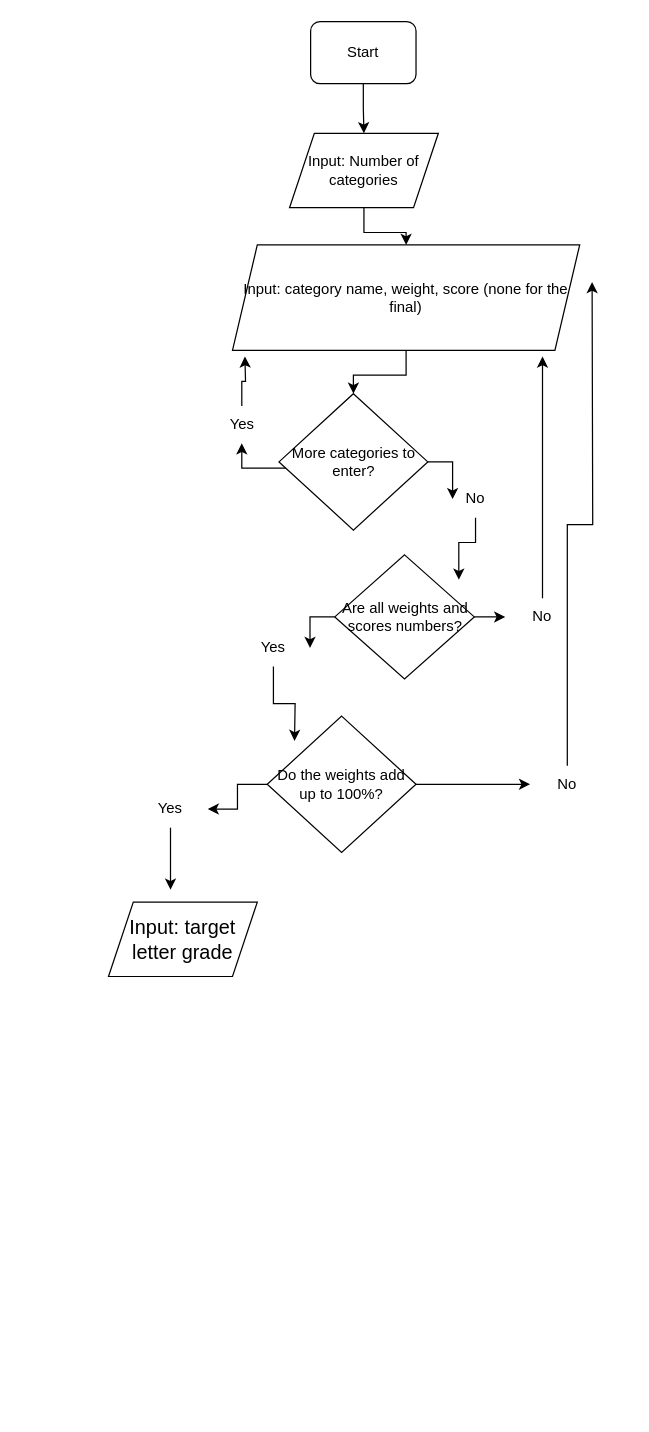
The draw.io diagram grade-calculator-flowchart.drawio in Mudunurianathi/grade-calculator, before the edit. Source tidied: cells renumbered, new cells numbered last; positions are measured from the earlier drawing's top-left corner, leaving out a move shared by most shapes. Both pictures are drawn from the tidied source at 124%, with x=0, y=0 at pixel (108, 21).
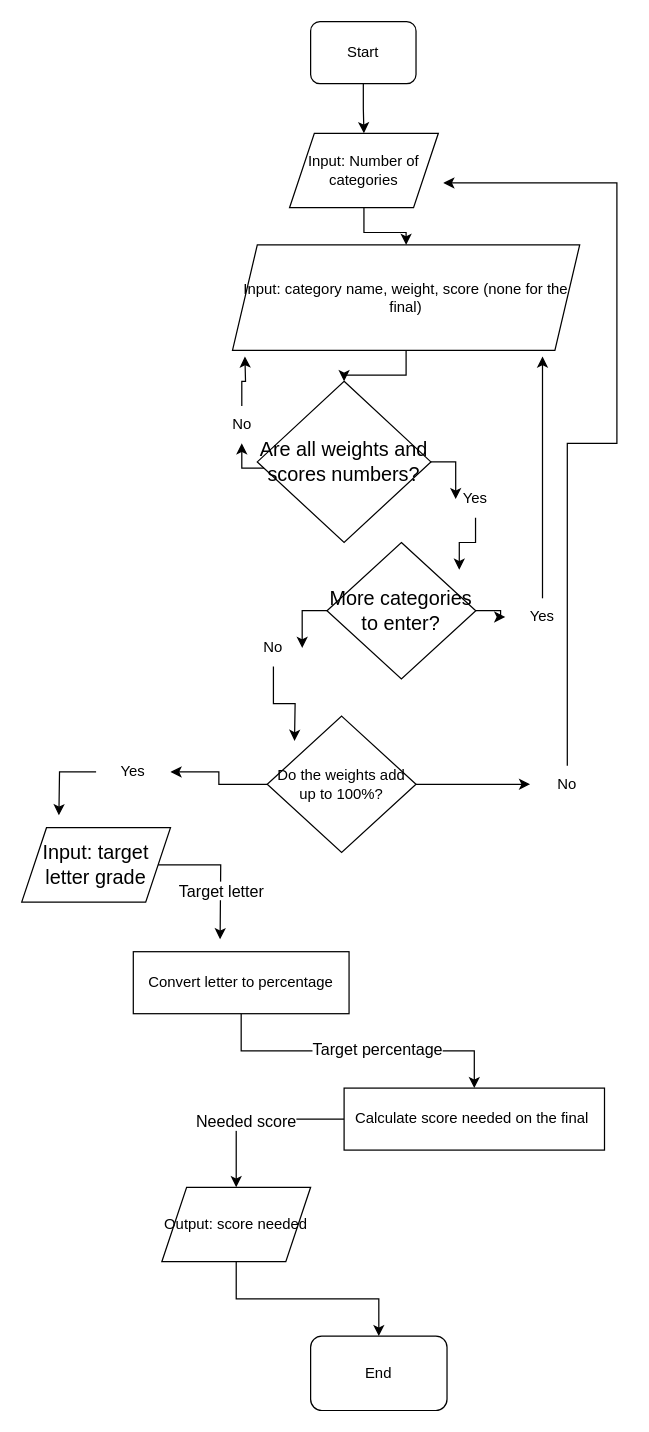
The same page after the edit.

Unchanged cells that the change refers to:
```xml
<mxCell id="26" value="No" style="text;html=1;whiteSpace=wrap;strokeColor=none;fillColor=none;align=center;verticalAlign=middle;rounded=0;" parent="1" vertex="1">
  <mxGeometry x="340" y="600" width="60" height="30" as="geometry" />
</mxCell>
```

Change to the diagram source:
```diff
@@
-    <mxCell id="10" value="More categories to enter?" style="rhombus;whiteSpace=wrap;html=1;shapeInside=1;" parent="1" vertex="1">
-      <mxGeometry x="137.5" y="300" width="120" height="110" as="geometry" />
+    <mxCell id="10" value="&lt;span style=&quot;caret-color: rgb(0, 0, 0); color: rgb(0, 0, 0); font-family: -webkit-standard; font-size: medium; text-align: start;&quot;&gt;Are all weights and scores numbers?&lt;/span&gt;" style="rhombus;whiteSpace=wrap;html=1;shapeInside=1;" parent="1" vertex="1">
+      <mxGeometry x="120" y="290" width="140" height="130" as="geometry" />
     </mxCell>
@@
-    <mxCell id="12" value="Yes" style="text;html=1;whiteSpace=wrap;strokeColor=none;fillColor=none;align=center;verticalAlign=middle;rounded=0;" parent="1" vertex="1">
+    <mxCell id="12" value="No" style="text;html=1;whiteSpace=wrap;strokeColor=none;fillColor=none;align=center;verticalAlign=middle;rounded=0;" parent="1" vertex="1">
       <mxGeometry x="77.5" y="310" width="60" height="30" as="geometry" />
     </mxCell>
@@
-    <mxCell id="14" value="Are all weights and scores numbers?" style="rhombus;whiteSpace=wrap;html=1;shapeInside=1;" parent="1" vertex="1">
-      <mxGeometry x="182.5" y="430" width="112.5" height="100" as="geometry" />
+    <mxCell id="14" value="&lt;span style=&quot;text-align: start; caret-color: rgb(0, 0, 0); color: rgb(0, 0, 0); font-size: medium;&quot;&gt;&lt;/span&gt;&lt;span style=&quot;caret-color: rgb(0, 0, 0); color: rgb(0, 0, 0); font-family: -webkit-standard; font-size: medium; text-align: start;&quot;&gt;More categories to enter?&lt;/span&gt;" style="rhombus;whiteSpace=wrap;html=1;shapeInside=1;" parent="1" vertex="1">
+      <mxGeometry x="176.2" y="420" width="120" height="110" as="geometry" />
     </mxCell>
@@
-    <mxCell id="16" value="No" style="text;html=1;whiteSpace=wrap;strokeColor=none;fillColor=none;align=center;verticalAlign=middle;rounded=0;" parent="1" vertex="1">
+    <mxCell id="16" value="Yes" style="text;html=1;whiteSpace=wrap;strokeColor=none;fillColor=none;align=center;verticalAlign=middle;rounded=0;" parent="1" vertex="1">
       <mxGeometry x="266" y="370" width="60" height="30" as="geometry" />
     </mxCell>
@@
-    <mxCell id="19" value="Yes" style="text;html=1;whiteSpace=wrap;strokeColor=none;fillColor=none;align=center;verticalAlign=middle;rounded=0;" parent="1" vertex="1">
+    <mxCell id="19" value="No" style="text;html=1;whiteSpace=wrap;strokeColor=none;fillColor=none;align=center;verticalAlign=middle;rounded=0;" parent="1" vertex="1">
       <mxGeometry x="103" y="490" width="60" height="30" as="geometry" />
     </mxCell>
@@
-    <mxCell id="21" style="edgeStyle=orthogonalEdgeStyle;rounded=0;jettySize=auto;html=1;defaultLabelBackgroundColor=page;" parent="1" edge="1" source="28">
-      <mxGeometry relative="1" as="geometry">
-        <mxPoint x="50" y="700" as="targetPoint" />
-      </mxGeometry>
-    </mxCell>
@@
-    <mxCell id="24" value="No" style="text;html=1;whiteSpace=wrap;strokeColor=none;fillColor=none;align=center;verticalAlign=middle;rounded=0;" parent="1" vertex="1">
+    <mxCell id="24" value="Yes" style="text;html=1;whiteSpace=wrap;strokeColor=none;fillColor=none;align=center;verticalAlign=middle;rounded=0;" parent="1" vertex="1">
       <mxGeometry x="320" y="465" width="60" height="30" as="geometry" />
     </mxCell>
     <mxCell id="25" style="edgeStyle=orthogonalEdgeStyle;rounded=0;jettySize=auto;html=1;defaultLabelBackgroundColor=page;" parent="1" edge="1" source="26">
-      <mxGeometry relative="1" as="geometry">
-        <mxPoint x="390" y="210" as="targetPoint" />
+      <mxGeometry x="-0.26" relative="1" as="geometry">
+        <mxPoint x="270" y="130" as="targetPoint" />
+        <Array as="points">
+          <mxPoint x="370" y="340" />
+          <mxPoint x="410" y="340" />
+          <mxPoint x="410" y="130" />
+        </Array>
       </mxGeometry>
     </mxCell>
@@
     <mxCell id="28" value="Yes" style="text;html=1;whiteSpace=wrap;strokeColor=none;fillColor=none;align=center;verticalAlign=middle;rounded=0;" parent="1" vertex="1">
-      <mxGeometry x="20" y="620" width="60" height="30" as="geometry" />
+      <mxGeometry x="-10" y="590" width="60" height="30" as="geometry" />
     </mxCell>
     <mxCell id="29" value="&lt;span style=&quot;caret-color: rgb(0, 0, 0); color: rgb(0, 0, 0); font-family: -webkit-standard; font-size: medium; text-align: start;&quot;&gt;Input: target letter grade&lt;/span&gt;" style="shape=parallelogram;perimeter=parallelogramPerimeter;whiteSpace=wrap;html=1;shapeInside=1;fixedSize=1;" parent="1" vertex="1">
-      <mxGeometry y="710" width="120" height="60" as="geometry" />
+      <mxGeometry x="-70" y="650" width="120" height="60" as="geometry" />
     </mxCell>
+    <mxCell id="30" style="edgeStyle=orthogonalEdgeStyle;rounded=0;jettySize=auto;html=1;defaultLabelBackgroundColor=page;" parent="1" edge="1" source="28">
+      <mxGeometry relative="1" as="geometry">
+        <mxPoint x="-40" y="640" as="targetPoint" />
+      </mxGeometry>
+    </mxCell>
+    <mxCell id="31" style="edgeStyle=orthogonalEdgeStyle;rounded=0;jettySize=auto;html=1;defaultLabelBackgroundColor=page;" parent="1" edge="1" source="29">
+      <mxGeometry relative="1" as="geometry">
+        <mxPoint x="90" y="740" as="targetPoint" />
+      </mxGeometry>
+    </mxCell>
+    <mxCell id="32" value="Target letter" style="edgeLabel;html=1;align=center;verticalAlign=middle;inheritText=fontFamily,fontColor,fontStyle,textOpacity,labelBorderColor,labelBorderWidth,labelBackgroundColor,defaultLabelBackgroundColor,labelPadding;defaultLabelBackgroundColor=page;fontSize=13;" parent="31" vertex="1">
+      <mxGeometry x="-0.15" y="-2" relative="1" as="geometry">
+        <mxPoint x="3" y="18" as="offset" />
+      </mxGeometry>
+    </mxCell>
+    <mxCell id="33" style="edgeStyle=orthogonalEdgeStyle;rounded=0;jettySize=auto;html=1;defaultLabelBackgroundColor=page;" parent="1" edge="1" source="35" target="38">
+      <mxGeometry relative="1" as="geometry" />
+    </mxCell>
+    <mxCell id="34" value="Target percentage" style="edgeLabel;html=1;align=center;verticalAlign=middle;inheritText=fontFamily,fontColor,fontStyle,textOpacity,labelBorderColor,labelBorderWidth,labelBackgroundColor,defaultLabelBackgroundColor,labelPadding;defaultLabelBackgroundColor=page;fontSize=13;" parent="33" vertex="1">
+      <mxGeometry x="0.12" y="2" relative="1" as="geometry" />
+    </mxCell>
+    <mxCell id="35" value="Convert letter to percentage" style="rounded=0;whiteSpace=wrap;html=1;" parent="1" vertex="1">
+      <mxGeometry x="20" y="750" width="174" height="50" as="geometry" />
+    </mxCell>
+    <mxCell id="36" style="edgeStyle=orthogonalEdgeStyle;rounded=0;jettySize=auto;html=1;defaultLabelBackgroundColor=page;" parent="1" edge="1" source="38" target="40">
+      <mxGeometry relative="1" as="geometry" />
+    </mxCell>
+    <mxCell id="37" value="Needed score" style="edgeLabel;html=1;align=center;verticalAlign=middle;inheritText=fontFamily,fontColor,fontStyle,textOpacity,labelBorderColor,labelBorderWidth,labelBackgroundColor,defaultLabelBackgroundColor,labelPadding;defaultLabelBackgroundColor=page;fontSize=13;" parent="36" vertex="1">
+      <mxGeometry x="0.13" y="1" relative="1" as="geometry" />
+    </mxCell>
+    <mxCell id="38" value="Calculate score needed on the final&amp;nbsp;" style="rounded=0;whiteSpace=wrap;html=1;" parent="1" vertex="1">
+      <mxGeometry x="190" y="860" width="210" height="50" as="geometry" />
+    </mxCell>
+    <mxCell id="39" style="edgeStyle=orthogonalEdgeStyle;rounded=0;jettySize=auto;html=1;defaultLabelBackgroundColor=page;" parent="1" edge="1" source="40" target="41">
+      <mxGeometry relative="1" as="geometry" />
+    </mxCell>
+    <mxCell id="40" value="Output: score needed" style="shape=parallelogram;perimeter=parallelogramPerimeter;whiteSpace=wrap;html=1;shapeInside=1;fixedSize=1;" parent="1" vertex="1">
+      <mxGeometry x="43" y="940" width="120" height="60" as="geometry" />
+    </mxCell>
+    <mxCell id="41" value="End" style="rounded=1;whiteSpace=wrap;html=1;roundedPerimeter=1;" parent="1" vertex="1">
+      <mxGeometry x="163" y="1060" width="110" height="60" as="geometry" />
+    </mxCell>
```
